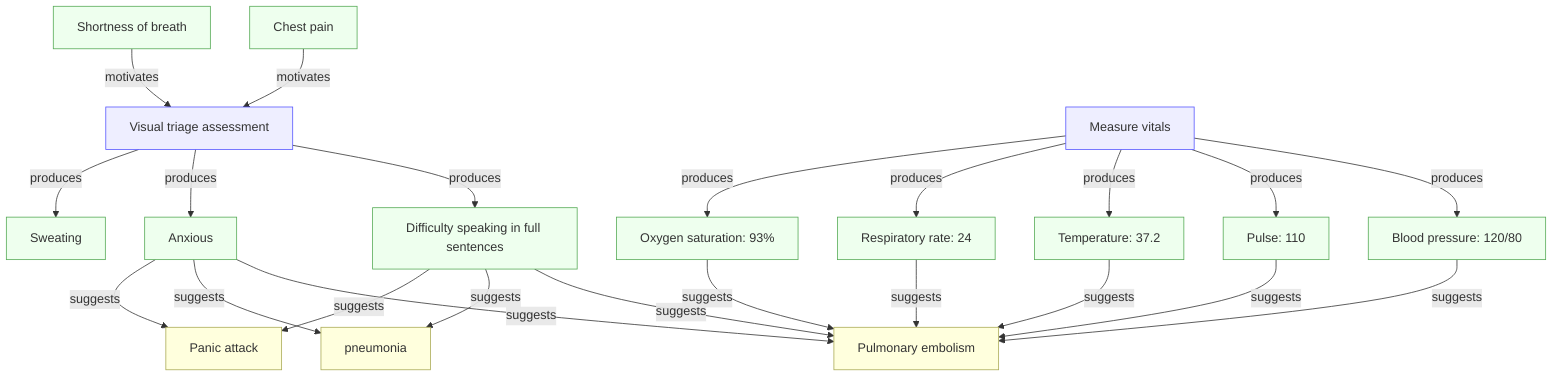
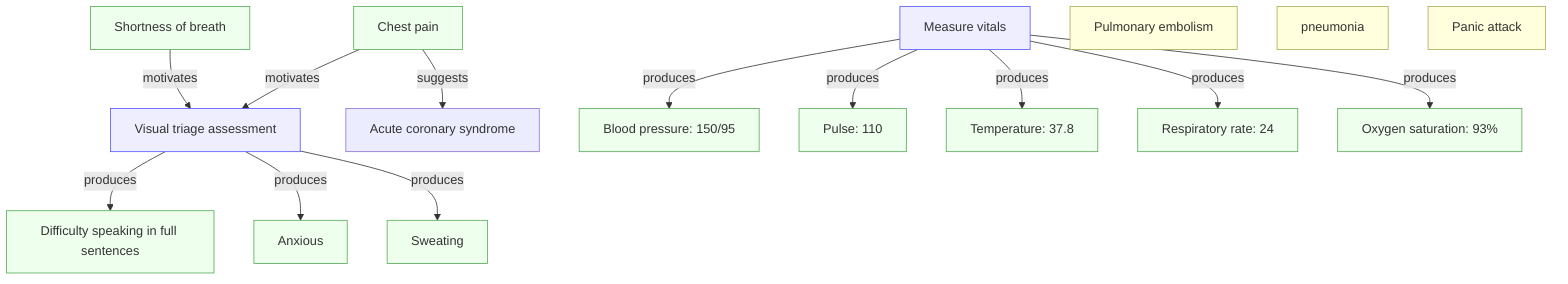
flowchart TD

  %% Initial observations
  O1["Chest pain"]
  O2["Shortness of breath"]

  %% Actions
  A1["Visual triage assessment"]
  A2["Measure vitals"]

  %% Visual triage observations (produced by A1)
  O6["Difficulty speaking in full sentences"]
  O7["Anxious"]
  O8["Sweating"]

  %% Vital sign observations (produced by A2)
-   O3["Blood pressure: 120/80"]
+   O3["Blood pressure: 150/95"]
  O4["Pulse: 110"]
-   O5["Temperature: 37.2"]
+   O5["Temperature: 37.8"]
  O9["Respiratory rate: 24"]
  O10["Oxygen saturation: 93%"]

  %% Hypotheses
  H1["Pulmonary embolism"]
  H2["pneumonia"]
  H3["Panic attack"]
+   H4["Acute coronary syndrome"]

  %% Initial observations motivate actions
  O1 -->|motivates| A1
  O2 -->|motivates| A1

  %% Actions produce observations
  A1 -->|produces| O6
  A1 -->|produces| O7
  A1 -->|produces| O8

  A2 -->|produces| O3
  A2 -->|produces| O4
  A2 -->|produces| O5
  A2 -->|produces| O9
  A2 -->|produces| O10

  %% Observations suggest hypotheses
-   O6 -->|suggests| H1
-   O7 -->|suggests| H1
-   O3 -->|suggests| H1
-   O4 -->|suggests| H1
-   O5 -->|suggests| H1
-   O9 -->|suggests| H1
-   O10 -->|suggests| H1
+   O1 -->|suggests| H4

-   O6 -->|suggests| H2
-   O7 -->|suggests| H2
+   %% Observations against hypotheses

-   O6 -->|suggests| H3
-   O7 -->|suggests| H3

  classDef obs fill:#efe,stroke:#5a5
  classDef action fill:#eef,stroke:#55f
  classDef hyp fill:#ffd,stroke:#aa5

  class O1,O2,O3,O4,O5,O6,O7,O8,O9,O10 obs
  class A1,A2 action
  class H1,H2,H3 hyp
